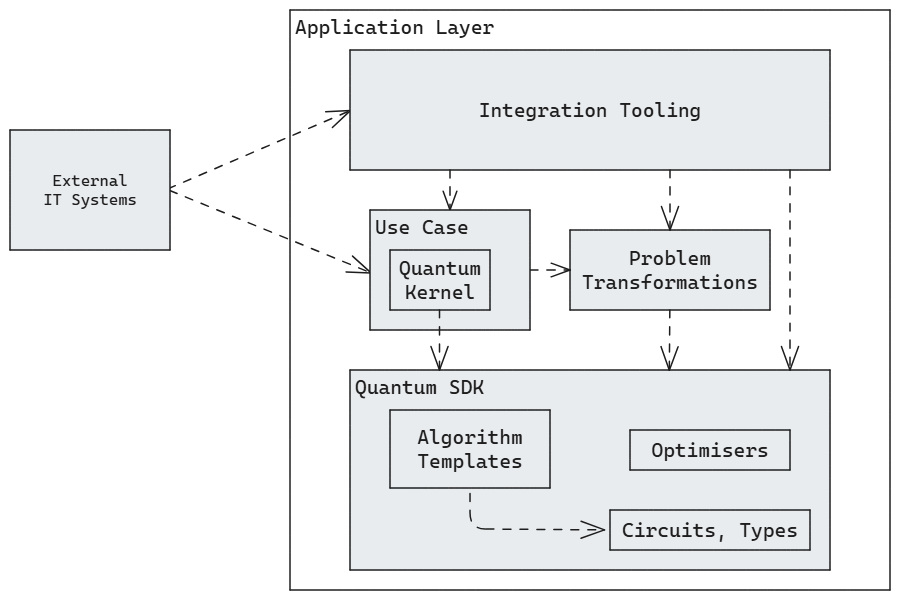
Above: docs/images/Building-Blocks-L2-Application-Layer.excalidraw.png in FullStaQD/architecture (Excalidraw), before the change. Source tidied: one line per element, renumbered; positions are measured from the earlier drawing's top-left corner, leaving out a move shared by most shapes.
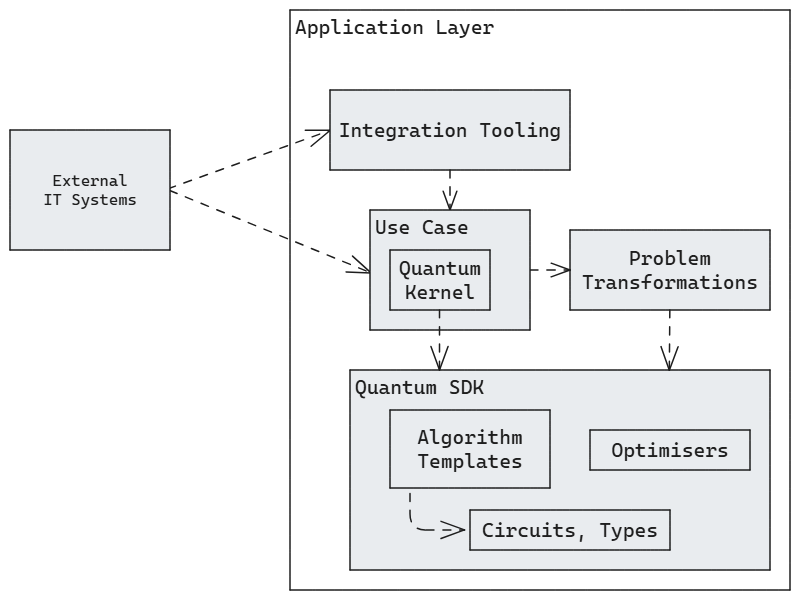
Later version of the same file.

The edit, as a diff of the source:
```diff
@@ -1,22 +1,20 @@
-{"id": 0, "type": "rectangle", "strokeColor": "#1e1e1e", "backgroundColor": "#ffffff", "fillStyle": "solid", "strokeWidth": 1, "roughness": 0, "x": 280, "y": 0, "width": 600, "height": 580}
+{"id": 0, "type": "rectangle", "strokeColor": "#1e1e1e", "backgroundColor": "#ffffff", "fillStyle": "solid", "strokeWidth": 1, "roughness": 0, "x": 280, "y": 0, "width": 500, "height": 580}
 {"id": 1, "type": "text", "text": "Application Layer", "strokeColor": "#1e1e1e", "strokeWidth": 1, "roughness": 0, "fontSize": 20, "fontFamily": 3, "inside": 0, "x": 285, "y": 5, "width": 199, "height": 24}
-{"id": 2, "type": "arrow", "strokeColor": "#1e1e1e", "backgroundColor": "#e9ecef", "fillStyle": "solid", "strokeWidth": 1, "strokeStyle": "dashed", "roughness": 0, "endArrowhead": "arrow", "round": true, "from": 27, "to": 3, "x": 158, "y": 179, "width": 183, "height": 78, "points": [[0, 0], [183, -78]]}
+{"id": 2, "type": "arrow", "strokeColor": "#1e1e1e", "backgroundColor": "#e9ecef", "fillStyle": "solid", "strokeWidth": 1, "strokeStyle": "dashed", "roughness": 0, "endArrowhead": "arrow", "round": true, "from": 27, "to": 3, "x": 158, "y": 179, "width": 162, "height": 59, "points": [[0, 0], [162, -59]]}
-{"id": 3, "type": "rectangle", "strokeColor": "#1e1e1e", "backgroundColor": "#e9ecef", "fillStyle": "solid", "strokeWidth": 1, "roughness": 0, "x": 340, "y": 40, "width": 480, "height": 120}
+{"id": 3, "type": "rectangle", "strokeColor": "#1e1e1e", "backgroundColor": "#e9ecef", "fillStyle": "solid", "strokeWidth": 1, "roughness": 0, "x": 320, "y": 80, "width": 240, "height": 80}
-{"id": 4, "type": "text", "text": "Integration Tooling", "strokeColor": "#1e1e1e", "backgroundColor": "#ffffff", "fillStyle": "solid", "strokeWidth": 1, "roughness": 0, "fontSize": 20, "fontFamily": 3, "textAlign": "center", "verticalAlign": "middle", "inside": 3, "x": 469, "y": 88, "width": 223, "height": 24}
+{"id": 4, "type": "text", "text": "Integration Tooling", "strokeColor": "#1e1e1e", "backgroundColor": "#ffffff", "fillStyle": "solid", "strokeWidth": 1, "roughness": 0, "fontSize": 20, "fontFamily": 3, "textAlign": "center", "verticalAlign": "middle", "inside": 3, "x": 329, "y": 108, "width": 223, "height": 24}
-{"id": 5, "type": "rectangle", "strokeColor": "#1e1e1e", "backgroundColor": "#e9ecef", "fillStyle": "solid", "strokeWidth": 1, "roughness": 0, "x": 340, "y": 360, "width": 480, "height": 200}
+{"id": 5, "type": "rectangle", "strokeColor": "#1e1e1e", "backgroundColor": "#e9ecef", "fillStyle": "solid", "strokeWidth": 1, "roughness": 0, "x": 340, "y": 360, "width": 420, "height": 200}
 {"id": 6, "type": "text", "text": "Quantum SDK", "strokeColor": "#1e1e1e", "backgroundColor": "#ffffff", "fillStyle": "solid", "strokeWidth": 1, "roughness": 0, "fontSize": 20, "fontFamily": 3, "inside": 5, "x": 345, "y": 365, "width": 129, "height": 24}
 {"id": 7, "type": "rectangle", "strokeColor": "#1e1e1e", "backgroundColor": "#e9ecef", "fillStyle": "solid", "strokeWidth": 1, "roughness": 0, "x": 560, "y": 220, "width": 200, "height": 80}
 {"id": 8, "type": "text", "text": "Problem\nTransformations", "strokeColor": "#1e1e1e", "backgroundColor": "#ffffff", "fillStyle": "solid", "strokeWidth": 1, "roughness": 0, "fontSize": 20, "fontFamily": 3, "textAlign": "center", "verticalAlign": "middle", "inside": 7, "x": 572, "y": 236, "width": 176, "height": 48}
 {"id": 9, "type": "rectangle", "strokeColor": "#1e1e1e", "backgroundColor": "#e9ecef", "fillStyle": "solid", "strokeWidth": 1, "roughness": 0, "x": 380, "y": 400, "width": 160, "height": 78}
 {"id": 10, "type": "text", "text": "Algorithm\nTemplates", "strokeColor": "#1e1e1e", "backgroundColor": "#ffffff", "fillStyle": "solid", "strokeWidth": 1, "roughness": 0, "fontSize": 20, "fontFamily": 3, "textAlign": "center", "verticalAlign": "middle", "inside": 9, "x": 407, "y": 415, "width": 105, "height": 48}
-{"id": 11, "type": "rectangle", "strokeColor": "#1e1e1e", "backgroundColor": "#e9ecef", "fillStyle": "solid", "strokeWidth": 1, "roughness": 0, "x": 600, "y": 500, "width": 200, "height": 40}
+{"id": 11, "type": "rectangle", "strokeColor": "#1e1e1e", "backgroundColor": "#e9ecef", "fillStyle": "solid", "strokeWidth": 1, "roughness": 0, "x": 460, "y": 500, "width": 200, "height": 40}
-{"id": 12, "type": "text", "text": "Circuits, Types", "strokeColor": "#1e1e1e", "backgroundColor": "#ffffff", "fillStyle": "solid", "strokeWidth": 1, "roughness": 0, "fontSize": 20, "fontFamily": 3, "textAlign": "center", "verticalAlign": "middle", "inside": 11, "x": 612, "y": 508, "width": 176, "height": 24}
+{"id": 12, "type": "text", "text": "Circuits, Types", "strokeColor": "#1e1e1e", "backgroundColor": "#ffffff", "fillStyle": "solid", "strokeWidth": 1, "roughness": 0, "fontSize": 20, "fontFamily": 3, "textAlign": "center", "verticalAlign": "middle", "inside": 11, "x": 472, "y": 508, "width": 176, "height": 24}
-{"id": 13, "type": "rectangle", "strokeColor": "#1e1e1e", "backgroundColor": "#e9ecef", "fillStyle": "solid", "strokeWidth": 1, "roughness": 0, "x": 620, "y": 420, "width": 160, "height": 40}
+{"id": 13, "type": "rectangle", "strokeColor": "#1e1e1e", "backgroundColor": "#e9ecef", "fillStyle": "solid", "strokeWidth": 1, "roughness": 0, "x": 580, "y": 420, "width": 160, "height": 40}
-{"id": 14, "type": "text", "text": "Optimisers", "strokeColor": "#1e1e1e", "backgroundColor": "#ffffff", "fillStyle": "solid", "strokeWidth": 1, "roughness": 0, "fontSize": 20, "fontFamily": 3, "textAlign": "center", "verticalAlign": "middle", "inside": 13, "x": 641, "y": 428, "width": 117, "height": 24}
+{"id": 14, "type": "text", "text": "Optimisers", "strokeColor": "#1e1e1e", "backgroundColor": "#ffffff", "fillStyle": "solid", "strokeWidth": 1, "roughness": 0, "fontSize": 20, "fontFamily": 3, "textAlign": "center", "verticalAlign": "middle", "inside": 13, "x": 601, "y": 428, "width": 117, "height": 24}
-{"id": 15, "type": "arrow", "strokeColor": "#1e1e1e", "backgroundColor": "#e9ecef", "fillStyle": "solid", "strokeWidth": 1, "strokeStyle": "dashed", "roughness": 0, "endArrowhead": "arrow", "from": 9, "to": 11, "x": 460, "y": 484, "width": 134, "height": 36, "points": [[0, 0], [0, 35], [134, 36]]}
+{"id": 15, "type": "arrow", "strokeColor": "#1e1e1e", "backgroundColor": "#e9ecef", "fillStyle": "solid", "strokeWidth": 1, "strokeStyle": "dashed", "roughness": 0, "endArrowhead": "arrow", "from": 9, "to": 11, "x": 400, "y": 484, "width": 54, "height": 36, "points": [[0, 0], [0, 36], [54, 36]]}
 {"id": 16, "type": "arrow", "strokeColor": "#1e1e1e", "backgroundColor": "#e9ecef", "fillStyle": "solid", "strokeWidth": 1, "strokeStyle": "dashed", "roughness": 0, "endArrowhead": "arrow", "round": true, "from": 7, "x": 660, "y": 300, "width": 1, "height": 60, "points": [[0, 0], [-1, 60]]}
-{"id": 17, "type": "arrow", "strokeColor": "#1e1e1e", "backgroundColor": "#e9ecef", "fillStyle": "solid", "strokeWidth": 1, "strokeStyle": "dashed", "roughness": 0, "endArrowhead": "arrow", "round": true, "x": 660, "y": 160, "width": 0, "height": 60, "points": [[0, 0], [0, 60]]}
-{"id": 18, "type": "arrow", "strokeColor": "#1e1e1e", "backgroundColor": "#e9ecef", "fillStyle": "solid", "strokeWidth": 1, "strokeStyle": "dashed", "roughness": 0, "endArrowhead": "arrow", "round": true, "x": 780, "y": 160, "width": 0, "height": 200, "points": [[0, 0], [0, 200]]}
 {"id": 19, "type": "arrow", "strokeColor": "#1e1e1e", "backgroundColor": "#e9ecef", "fillStyle": "solid", "strokeWidth": 1, "strokeStyle": "dashed", "roughness": 0, "endArrowhead": "arrow", "round": true, "x": 440, "y": 160, "width": 0, "height": 40, "points": [[0, 0], [0, 40]]}
 {"id": 20, "type": "arrow", "strokeColor": "#1e1e1e", "backgroundColor": "#e9ecef", "fillStyle": "solid", "strokeWidth": 1, "strokeStyle": "dashed", "roughness": 0, "endArrowhead": "arrow", "round": true, "x": 520, "y": 260, "width": 40, "height": 0, "points": [[0, 0], [40, 0]]}
 {"id": 21, "type": "arrow", "strokeColor": "#1e1e1e", "backgroundColor": "#e9ecef", "fillStyle": "solid", "strokeWidth": 1, "strokeStyle": "dashed", "roughness": 0, "endArrowhead": "arrow", "round": true, "from": 27, "to": 22, "x": 160, "y": 180, "width": 201, "height": 82, "points": [[0, 0], [201, 82]]}
```
